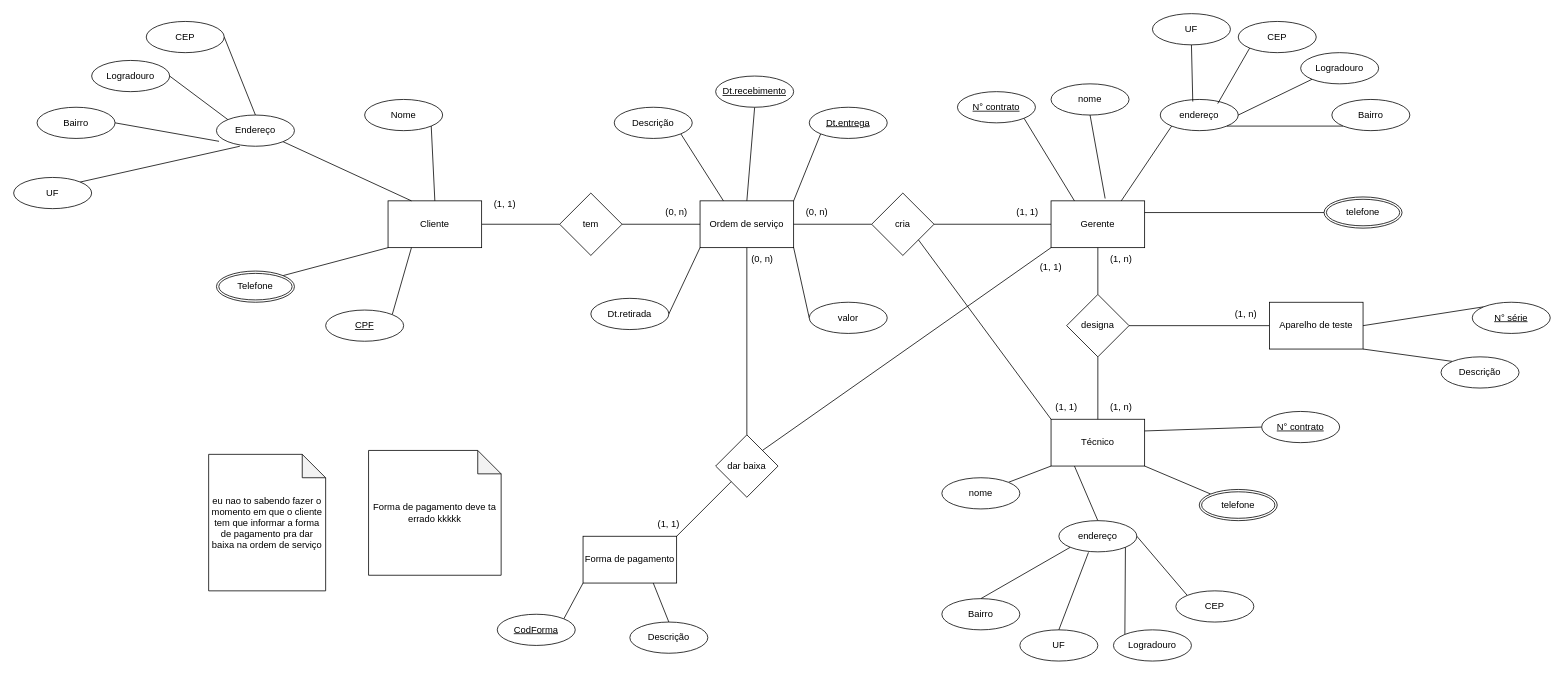
thiagoamaral0/CP-Repository keeps this draw.io diagram as Banco de Dados/MER.drawio. Above is the earlier version. Source tidied: cells renumbered, new cells numbered last; positions are measured from the earlier drawing's top-left corner, leaving out a move shared by most shapes. Both pictures are drawn from the tidied source at 78%, with x=0, y=0 at pixel (13, 13).
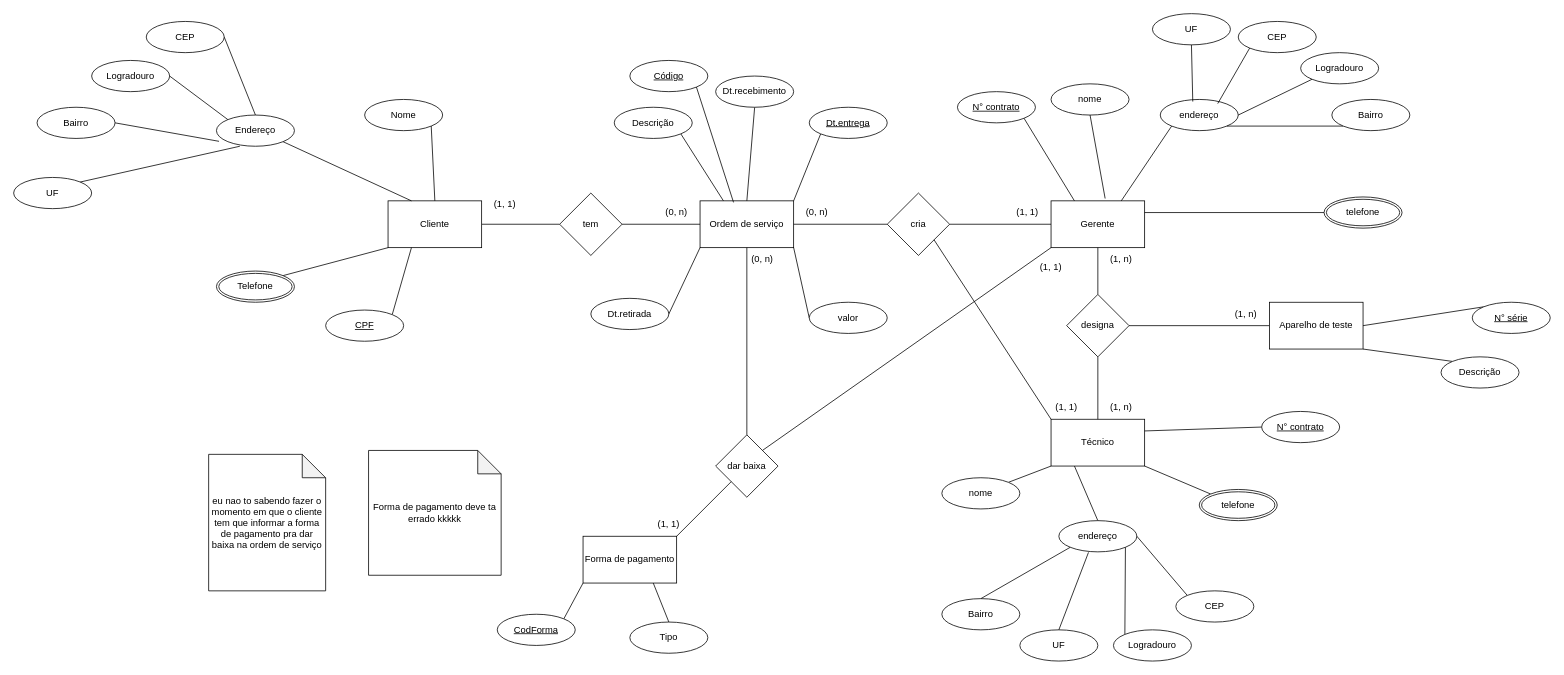
The same page after the edit.

Commit message:
correção diagrama MER

Unchanged cells that the change refers to:
```xml
<mxCell id="4" value="Ordem de serviço" style="rounded=0;whiteSpace=wrap;html=1;" parent="1" vertex="1">
  <mxGeometry x="880" y="240" width="120" height="60" as="geometry" />
</mxCell>
```

The edit, as a diff of the source:
```diff
@@
     <mxCell id="27" value="cria" style="rhombus;whiteSpace=wrap;html=1;" parent="1" vertex="1">
-      <mxGeometry x="1100" y="230" width="80" height="80" as="geometry" />
+      <mxGeometry x="1120" y="230" width="80" height="80" as="geometry" />
     </mxCell>
@@
-    <mxCell id="29" value="&lt;u&gt;Dt.recebimento&lt;/u&gt;" style="ellipse;whiteSpace=wrap;html=1;align=center;" parent="1" vertex="1">
+    <mxCell id="29" value="Dt.recebimento" style="ellipse;whiteSpace=wrap;html=1;align=center;" parent="1" vertex="1">
       <mxGeometry x="900" y="80" width="100" height="40" as="geometry" />
     </mxCell>
@@
-    <mxCell id="98" value="Descrição" style="ellipse;whiteSpace=wrap;html=1;align=center;" parent="1" vertex="1">
+    <mxCell id="98" value="Tipo" style="ellipse;whiteSpace=wrap;html=1;align=center;" parent="1" vertex="1">
       <mxGeometry x="790" y="780" width="100" height="40" as="geometry" />
     </mxCell>
@@
+    <mxCell id="102" value="&lt;u&gt;Código&lt;/u&gt;" style="ellipse;whiteSpace=wrap;html=1;align=center;" parent="1" vertex="1">
+      <mxGeometry x="790" y="60" width="100" height="40" as="geometry" />
+    </mxCell>
+    <mxCell id="103" style="rounded=0;jettySize=auto;html=1;exitX=1;exitY=1;exitDx=0;exitDy=0;entryX=0.358;entryY=0.033;entryDx=0;entryDy=0;entryPerimeter=0;endArrow=none;endFill=0;" parent="1" edge="1" source="102" target="4">
+      <mxGeometry relative="1" as="geometry" />
+    </mxCell>
```
